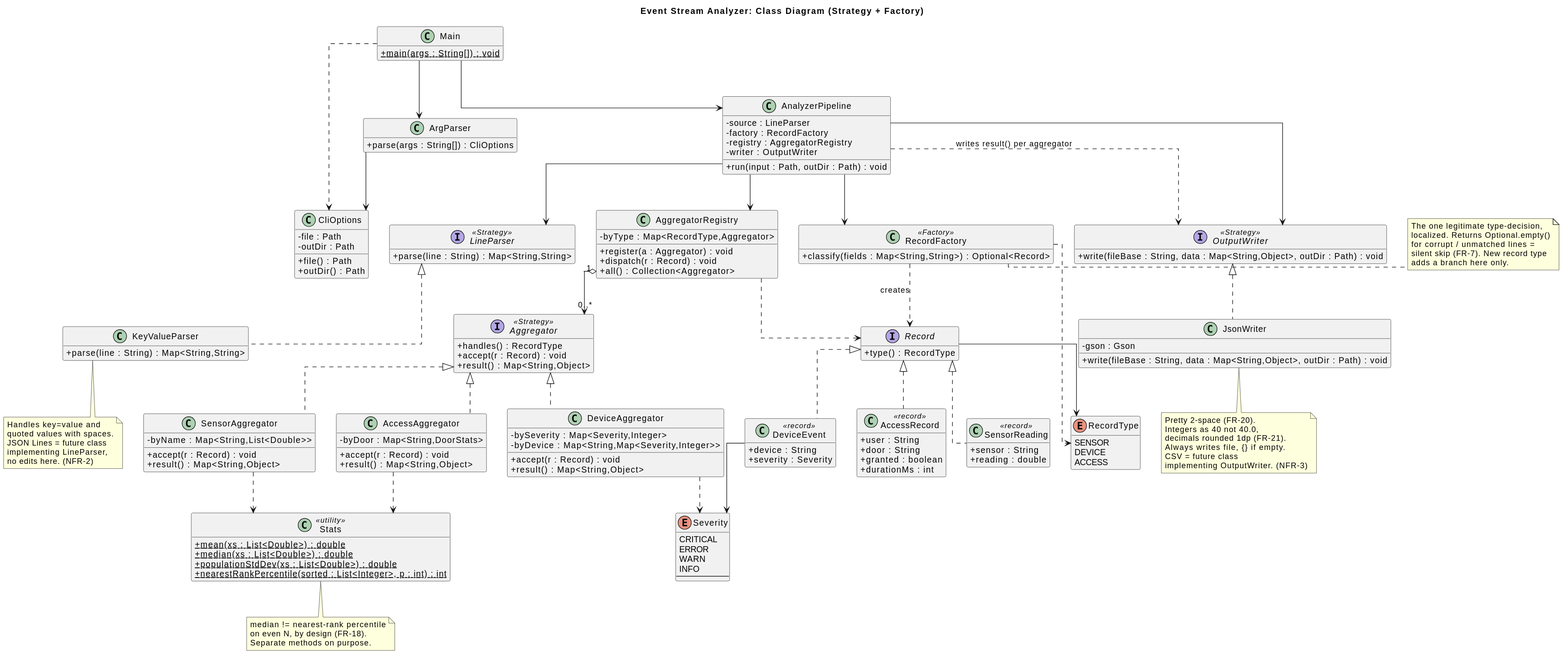
Earlier version of the PlantUML export docs/class-diagram.svg (tonytrieu-dev/event-stream-analyzer).
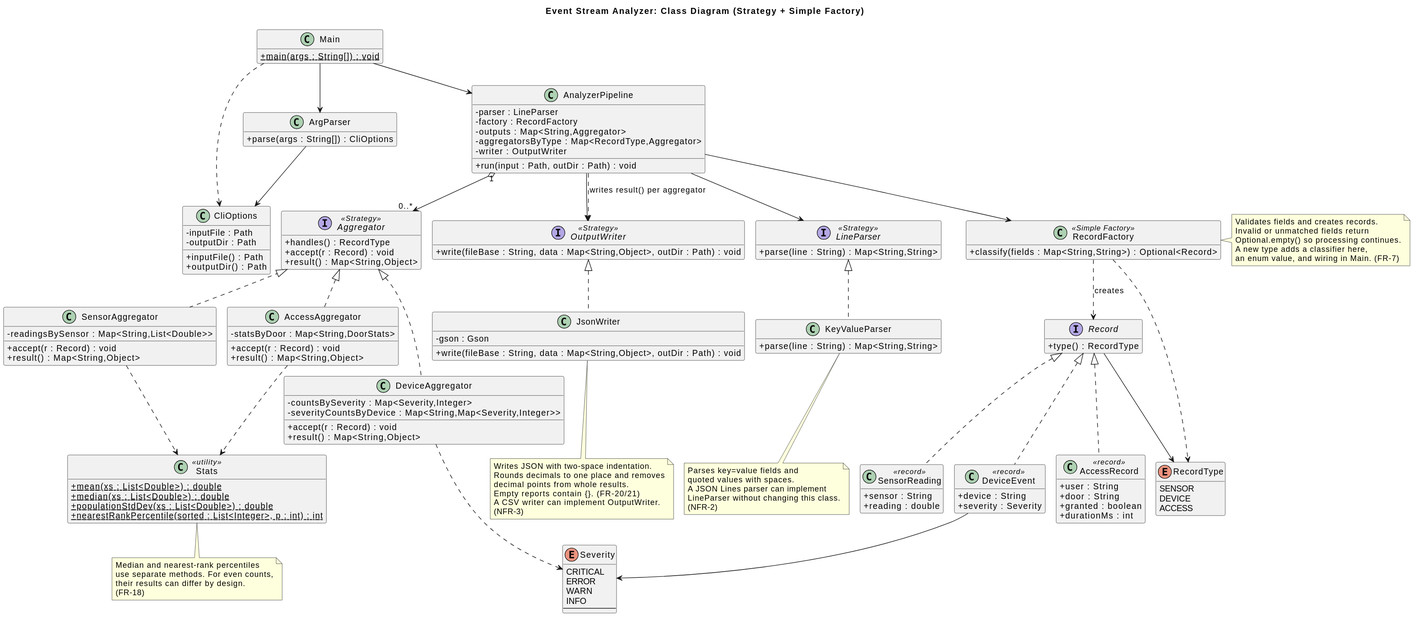
After the change.

Diff of the diagram source:
```diff
@@ -1,11 +1,12 @@
 @startuml
+!pragma layout smetana
 
 skinparam classAttributeIconSize 0
 skinparam shadowing false
 skinparam linetype ortho
 hide empty members
 
-title Event Stream Analyzer: Class Diagram (Strategy + Factory)
+title Event Stream Analyzer: Class Diagram (Strategy + Simple Factory)
 
 class Main {
   + {static} main(args : String[]) : void
@@ -16,16 +17,17 @@
 }
 
 class CliOptions {
-  - file : Path
-  - outDir : Path
-  + file() : Path
-  + outDir() : Path
+  - inputFile : Path
+  - outputDir : Path
+  + inputFile() : Path
+  + outputDir() : Path
 }
 
 class AnalyzerPipeline {
-  - source : LineParser
+  - parser : LineParser
   - factory : RecordFactory
-  - registry : AggregatorRegistry
+  - outputs : Map<String,Aggregator>
+  - aggregatorsByType : Map<RecordType,Aggregator>
   - writer : OutputWriter
   + run(input : Path, outDir : Path) : void
 }
@@ -37,11 +39,11 @@
   + parse(line : String) : Map<String,String>
 }
 note bottom of KeyValueParser
-  Handles key=value and
+  Parses key=value fields and
   quoted values with spaces.
-  JSON Lines = future class
-  implementing LineParser,
-  no edits here. (NFR-2)
+  A JSON Lines parser can implement
+  LineParser without changing this class.
+  (NFR-2)
 end note
 
 interface Record {
@@ -74,15 +76,15 @@
   + durationMs : int
 }
 
-class RecordFactory <<Factory>> {
+class RecordFactory <<Simple Factory>> {
   + classify(fields : Map<String,String>) : Optional<Record>
 }
 note right of RecordFactory
-  The one legitimate type-decision,
-  localized. Returns Optional.empty()
-  for corrupt / unmatched lines =
-  silent skip (FR-7). New record type
-  adds a branch here only.
+  Validates fields and creates records.
+  Invalid or unmatched fields return
+  Optional.empty() so processing continues.
+  A new type adds a classifier here,
+  an enum value, and wiring in Main. (FR-7)
 end note
 
 interface Aggregator <<Strategy>> {
@@ -91,26 +93,20 @@
   + result() : Map<String,Object>
 }
 class SensorAggregator {
-  - byName : Map<String,List<Double>>
+  - readingsBySensor : Map<String,List<Double>>
   + accept(r : Record) : void
   + result() : Map<String,Object>
 }
 class DeviceAggregator {
-  - bySeverity : Map<Severity,Integer>
-  - byDevice : Map<String,Map<Severity,Integer>>
+  - countsBySeverity : Map<Severity,Integer>
+  - severityCountsByDevice : Map<String,Map<Severity,Integer>>
   + accept(r : Record) : void
   + result() : Map<String,Object>
 }
 class AccessAggregator {
-  - byDoor : Map<String,DoorStats>
+  - statsByDoor : Map<String,DoorStats>
   + accept(r : Record) : void
   + result() : Map<String,Object>
-}
-class AggregatorRegistry {
-  - byType : Map<RecordType,Aggregator>
-  + register(a : Aggregator) : void
-  + dispatch(r : Record) : void
-  + all() : Collection<Aggregator>
 }
 class Stats <<utility>> {
   + {static} mean(xs : List<Double>) : double
@@ -119,9 +115,10 @@
   + {static} nearestRankPercentile(sorted : List<Integer>, p : int) : int
 }
 note bottom of Stats
-  median != nearest-rank percentile
-  on even N, by design (FR-18).
-  Separate methods on purpose.
+  Median and nearest-rank percentiles
+  use separate methods. For even counts,
+  their results can differ by design.
+  (FR-18)
 end note
 
 interface OutputWriter <<Strategy>> {
@@ -132,12 +129,12 @@
   + write(fileBase : String, data : Map<String,Object>, outDir : Path) : void
 }
 note bottom of JsonWriter
-  Pretty 2-space (FR-20).
-  Integers as 40 not 40.0,
-  decimals rounded 1dp (FR-21).
-  Always writes file, {} if empty.
-  CSV = future class
-  implementing OutputWriter. (NFR-3)
+  Writes JSON with two-space indentation.
+  Rounds decimals to one place and removes
+  decimal points from whole results.
+  Empty reports contain {}. (FR-20/21)
+  A CSV writer can implement OutputWriter.
+  (NFR-3)
 end note
 
 Main --> ArgParser
@@ -147,7 +144,7 @@
 
 AnalyzerPipeline --> LineParser
 AnalyzerPipeline --> RecordFactory
-AnalyzerPipeline --> AggregatorRegistry
+AnalyzerPipeline "1" o--> "0..*" Aggregator
 AnalyzerPipeline --> OutputWriter
 
 LineParser <|.. KeyValueParser
@@ -164,8 +161,6 @@
 Aggregator <|.. SensorAggregator
 Aggregator <|.. DeviceAggregator
 Aggregator <|.. AccessAggregator
-AggregatorRegistry "1" o--> "0..*" Aggregator
-AggregatorRegistry ..> Record
 SensorAggregator ..> Stats
 DeviceAggregator ..> Severity
 AccessAggregator ..> Stats
```
